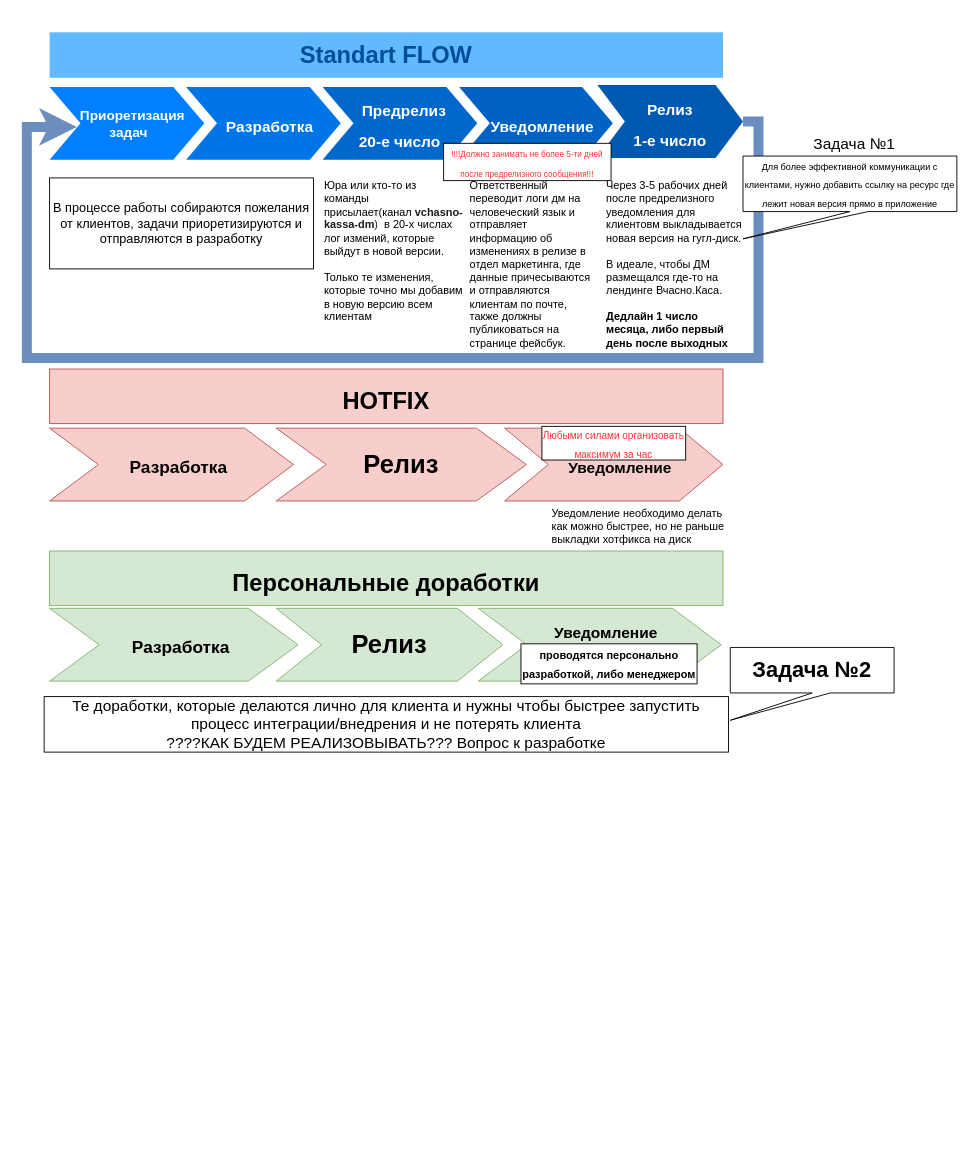
This is Untitled Diagram.drawio from wnata/alienInvasion, a draw.io file, before an edit. Source tidied: cells renumbered, new cells numbered last; positions are measured from the earlier drawing's top-left corner, leaving out a move shared by most shapes. Both pictures are drawn from the tidied source at 91%, with x=0, y=0 at pixel (26, 32).
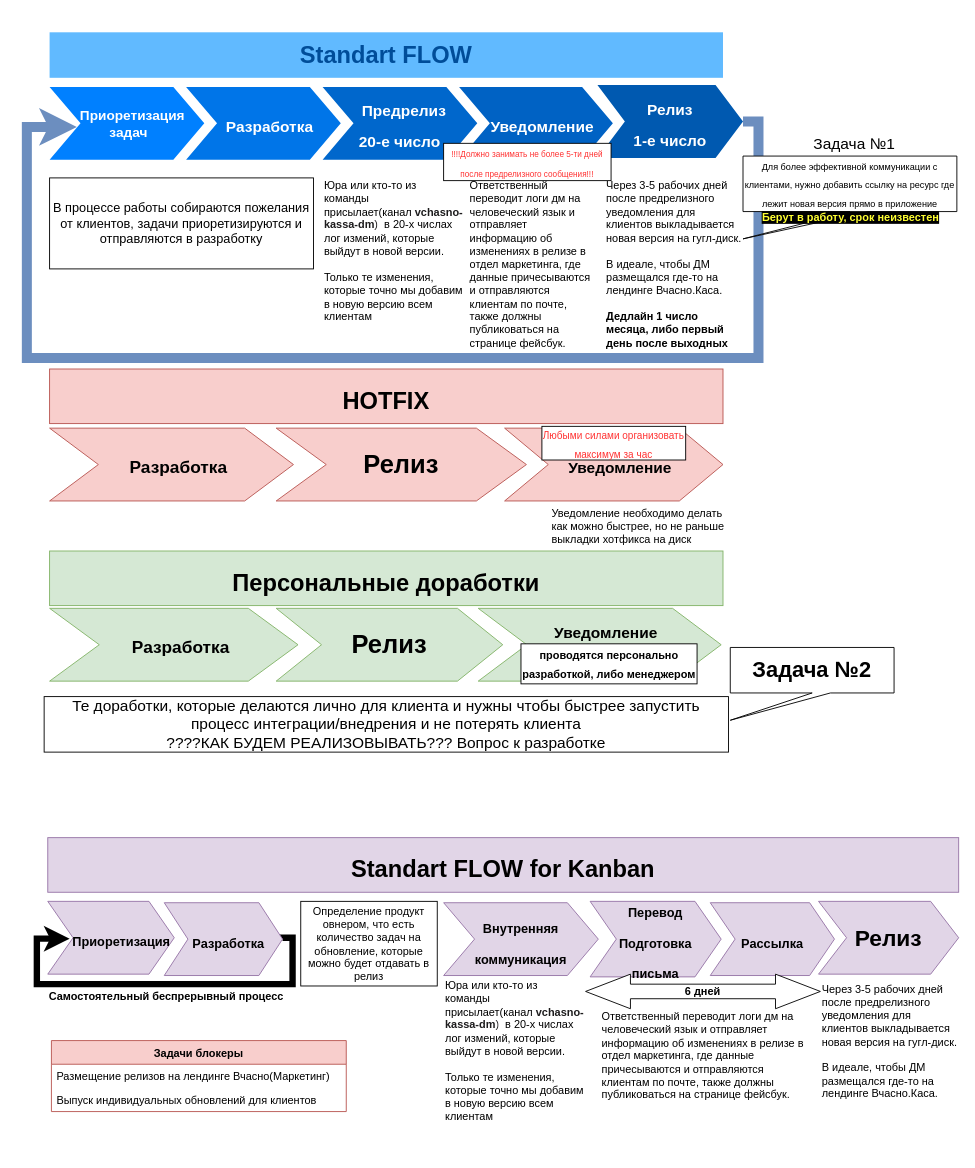
Above is the later version.

Change to the diagram source:
```diff
@@
-    <mxCell id="11" value="Через 3-5 рабочих дней после предрелизного уведомления для клиентовм выкладывается новая версия на гугл-диск.&lt;br&gt;&lt;br&gt;В идеале, чтобы ДМ размещался где-то на лендинге Вчасно.Каса.&lt;br&gt;&lt;br&gt;&lt;b&gt;&lt;font style=&quot;font-size: 12px&quot;&gt;Дедлайн 1 число месяца, либо первый день после выходных&lt;/font&gt;&lt;/b&gt;" style="text;spacingTop=-5;fillColor=#ffffff;whiteSpace=wrap;html=1;align=left;fontSize=12;fontFamily=Helvetica;fillColor=none;strokeColor=none;" parent="1" vertex="1">
+    <mxCell id="11" value="Через 3-5 рабочих дней после предрелизного уведомления для клиентов выкладывается новая версия на гугл-диск.&lt;br&gt;&lt;br&gt;В идеале, чтобы ДМ размещался где-то на лендинге Вчасно.Каса.&lt;br&gt;&lt;br&gt;&lt;b&gt;&lt;font style=&quot;font-size: 12px&quot;&gt;Дедлайн 1 число месяца, либо первый день после выходных&lt;/font&gt;&lt;/b&gt;" style="text;spacingTop=-5;fillColor=#ffffff;whiteSpace=wrap;html=1;align=left;fontSize=12;fontFamily=Helvetica;fillColor=none;strokeColor=none;" parent="1" vertex="1">
       <mxGeometry x="635" y="160" width="152" height="202" as="geometry" />
     </mxCell>
@@
+    <mxCell id="29" value="&lt;font color=&quot;#ffff33&quot;&gt;&lt;b style=&quot;background-color: rgb(0 , 0 , 0)&quot;&gt;Берут в работу, срок неизвестен&lt;/b&gt;&lt;/font&gt;" style="text;html=1;align=center;verticalAlign=middle;strokeColor=none;shadow=0;" parent="1" vertex="1">
+      <mxGeometry x="802.5" y="195" width="204" height="18" as="geometry" />
+    </mxCell>
+    <mxCell id="30" value="&lt;span style=&quot;font-size: 26px&quot;&gt;Standart FLOW for Kanban&lt;br&gt;&lt;/span&gt;" style="text;html=1;strokeColor=#9673a6;fillColor=#e1d5e7;align=center;verticalAlign=bottom;whiteSpace=wrap;fontSize=54;fontStyle=1;" parent="1" vertex="1">
+      <mxGeometry x="23" y="885" width="1001" height="60" as="geometry" />
+    </mxCell>
+    <mxCell id="31" value="&lt;b&gt;&lt;font style=&quot;font-size: 14px&quot;&gt;&amp;nbsp; &amp;nbsp; &amp;nbsp; Приоретизация&lt;/font&gt;&lt;/b&gt;" style="shape=step;whiteSpace=wrap;html=1;fontSize=28;fillColor=#e1d5e7;strokeColor=#9673a6;" parent="1" vertex="1">
+      <mxGeometry x="23" y="955" width="139" height="80" as="geometry" />
+    </mxCell>
+    <mxCell id="32" value="&lt;span style=&quot;font-size: 14px&quot;&gt;&lt;b&gt;Внутренняя&lt;br&gt;коммуникация&lt;br&gt;&lt;/b&gt;&lt;/span&gt;" style="shape=step;whiteSpace=wrap;html=1;fontSize=28;fillColor=#e1d5e7;strokeColor=#9673a6;spacing=0;" parent="1" vertex="1">
+      <mxGeometry x="458" y="956.5" width="170" height="80" as="geometry" />
+    </mxCell>
+    <mxCell id="33" value="&lt;b&gt;&lt;font style=&quot;font-size: 25px&quot;&gt;Релиз&lt;/font&gt;&lt;/b&gt;" style="shape=step;whiteSpace=wrap;html=1;fontSize=28;fillColor=#e1d5e7;strokeColor=#9673a6;" parent="1" vertex="1">
+      <mxGeometry x="870" y="955" width="154" height="80" as="geometry" />
+    </mxCell>
+    <mxCell id="34" style="edgeStyle=orthogonalEdgeStyle;rounded=0;jettySize=auto;html=1;exitX=1;exitY=0.5;exitDx=0;exitDy=0;entryX=0.173;entryY=0.513;entryDx=0;entryDy=0;entryPerimeter=0;strokeWidth=7;" parent="1" edge="1" source="35" target="31">
+      <mxGeometry relative="1" as="geometry">
+        <Array as="points">
+          <mxPoint x="281" y="995" />
+          <mxPoint x="292" y="995" />
+          <mxPoint x="292" y="1046" />
+          <mxPoint x="11" y="1046" />
+          <mxPoint x="11" y="996" />
+        </Array>
+      </mxGeometry>
+    </mxCell>
+    <mxCell id="35" value="&lt;font size=&quot;1&quot;&gt;&lt;b style=&quot;font-size: 14px&quot;&gt;&amp;nbsp; &amp;nbsp;Разработка&lt;/b&gt;&lt;/font&gt;" style="shape=step;whiteSpace=wrap;html=1;fontSize=28;fillColor=#e1d5e7;strokeColor=#9673a6;" parent="1" vertex="1">
+      <mxGeometry x="151" y="956.5" width="130" height="80" as="geometry" />
+    </mxCell>
+    <mxCell id="36" value="&lt;b&gt;Самостоятельный беспрерывный процесс&lt;/b&gt;" style="text;html=1;align=center;verticalAlign=middle;strokeColor=none;" parent="1" vertex="1">
+      <mxGeometry x="19" y="1051" width="268" height="18" as="geometry" />
+    </mxCell>
+    <mxCell id="37" value="&lt;span style=&quot;font-size: 14px&quot;&gt;&lt;b style=&quot;line-height: 110%&quot;&gt;Перевод&lt;br&gt;Подготовка &lt;br&gt;письма&lt;br&gt;&lt;/b&gt;&lt;/span&gt;" style="shape=step;whiteSpace=wrap;html=1;fontSize=28;fillColor=#e1d5e7;strokeColor=#9673a6;spacing=0;" parent="1" vertex="1">
+      <mxGeometry x="619" y="955" width="144" height="83" as="geometry" />
+    </mxCell>
+    <mxCell id="38" value="&lt;span style=&quot;font-size: 14px&quot;&gt;&lt;b&gt;Рассылка&lt;br&gt;&lt;/b&gt;&lt;/span&gt;" style="shape=step;whiteSpace=wrap;html=1;fontSize=28;fillColor=#e1d5e7;strokeColor=#9673a6;spacing=0;" parent="1" vertex="1">
+      <mxGeometry x="751" y="956.5" width="136.5" height="80" as="geometry" />
+    </mxCell>
+    <mxCell id="39" value="&lt;b&gt;6 дней&lt;/b&gt;" style="shape=doubleArrow;whiteSpace=wrap;html=1;arrowWidth=0.42105263157894735;arrowSize=0.1910569105691057;shadow=0;" parent="1" vertex="1">
+      <mxGeometry x="614" y="1035" width="258" height="38" as="geometry" />
+    </mxCell>
+    <mxCell id="40" value="Определение продукт овнером, что есть количество задач на обновление, которые можно будет отдавать в релиз" style="rounded=0;whiteSpace=wrap;html=1;shadow=0;" parent="1" vertex="1">
+      <mxGeometry x="301" y="955" width="150" height="93" as="geometry" />
+    </mxCell>
+    <mxCell id="41" value="&lt;span style=&quot;font-family: &amp;#34;helvetica&amp;#34;&quot;&gt;Юра или кто-то из команды присылает(канал&amp;nbsp;&lt;/span&gt;&lt;span style=&quot;background-color: rgb(255 , 255 , 255) ; color: rgb(29 , 28 , 29) ; font-weight: 900&quot;&gt;vchasno-kassa-dm&lt;/span&gt;&lt;span style=&quot;background-color: rgb(255 , 255 , 255) ; color: rgb(29 , 28 , 29)&quot;&gt;)&lt;/span&gt;&lt;span style=&quot;background-color: rgb(255 , 255 , 255) ; color: rgb(29 , 28 , 29) ; font-weight: 900&quot;&gt;&amp;nbsp;&lt;/span&gt;&lt;span style=&quot;font-family: &amp;#34;helvetica&amp;#34;&quot;&gt;&amp;nbsp;в 20-х числах лог измений, которые выйдут в новой версии.&lt;br&gt;&lt;br&gt;Только те изменения, которые точно мы добавим в новую версию всем клиентам&lt;br&gt;&lt;/span&gt;" style="text;spacingTop=-5;fillColor=#ffffff;whiteSpace=wrap;html=1;align=left;fontSize=12;fontFamily=Helvetica;fillColor=none;strokeColor=none;" parent="1" vertex="1">
+      <mxGeometry x="458" y="1039" width="140" height="192" as="geometry" />
+    </mxCell>
+    <mxCell id="42" value="Ответственный переводит логи дм на человеческий язык и отправляет информацию об изменениях в релизе в отдел маркетинга, где данные причесываются и отправляются клиентам по почте, также должны публиковаться на странице фейсбук." style="text;spacingTop=-5;fillColor=#ffffff;whiteSpace=wrap;html=1;align=left;fontSize=12;fontFamily=Helvetica;fillColor=none;strokeColor=none;" parent="1" vertex="1">
+      <mxGeometry x="630" y="1073" width="231" height="118" as="geometry" />
+    </mxCell>
+    <mxCell id="43" value="Через 3-5 рабочих дней после предрелизного уведомления для клиентов выкладывается новая версия на гугл-диск.&lt;br&gt;&lt;br&gt;В идеале, чтобы ДМ размещался где-то на лендинге Вчасно.Каса.&lt;br&gt;" style="text;spacingTop=-5;fillColor=#ffffff;whiteSpace=wrap;html=1;align=left;fontSize=12;fontFamily=Helvetica;fillColor=none;strokeColor=none;" parent="1" vertex="1">
+      <mxGeometry x="872" y="1043" width="152" height="135" as="geometry" />
+    </mxCell>
+    <mxCell id="44" value="Задачи блокеры" style="swimlane;fontStyle=1;horizontal=1;startSize=26;shadow=0;fillColor=#f8cecc;strokeColor=#b85450;" parent="1" vertex="1">
+      <mxGeometry x="27" y="1108" width="324" height="78" as="geometry" />
+    </mxCell>
+    <mxCell id="45" value="Размещение релизов на лендинге Вчасно(Маркетинг)" style="text;strokeColor=none;fillColor=none;align=left;verticalAlign=top;spacingLeft=4;spacingRight=4;overflow=hidden;" parent="44" vertex="1">
+      <mxGeometry y="26" width="324" height="26" as="geometry" />
+    </mxCell>
+    <mxCell id="46" value="Выпуск индивидуальных обновлений для клиентов" style="text;strokeColor=none;fillColor=none;align=left;verticalAlign=top;spacingLeft=4;spacingRight=4;overflow=hidden;" parent="44" vertex="1">
+      <mxGeometry y="52" width="324" height="26" as="geometry" />
+    </mxCell>
```
